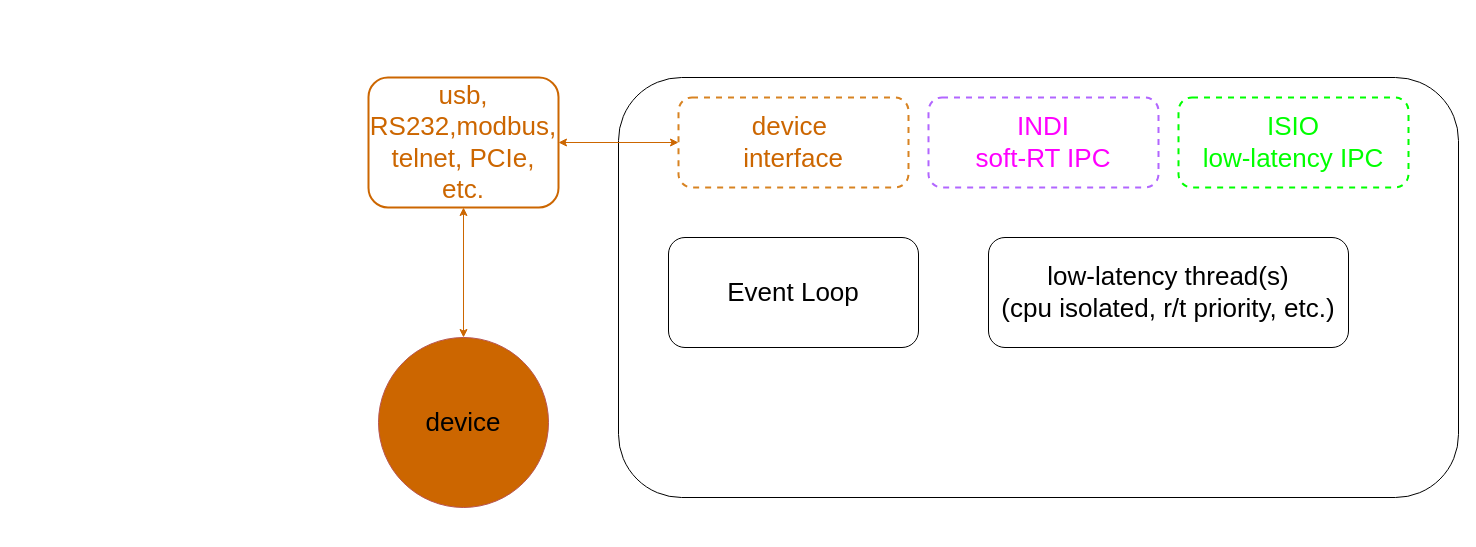
Above: Untitled Diagram.drawio in jaredmales/drawio (draw.io), before the change. Source tidied: cells renumbered, new cells numbered last; positions are measured from the earlier drawing's top-left corner, leaving out a move shared by most shapes. Both pictures are drawn from the tidied source at 100%, with x=0, y=0 at pixel (368, 77).
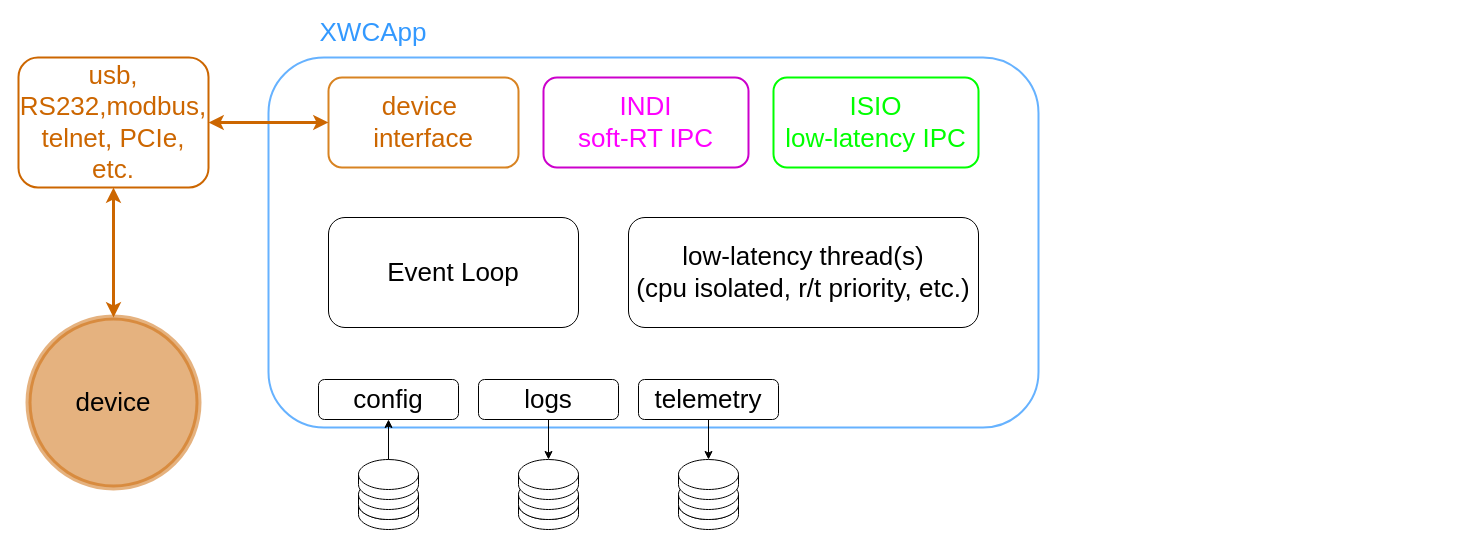
Above is the later version.

Commit message:
complete xwcapp

What changed in the source:
```diff
@@
+    <mxCell id="12" style="group;" parent="1" vertex="1">
+      <mxGeometry x="-350" y="-60" width="1020" height="512" as="geometry" />
+    </mxCell>
+    <mxCell id="13" style="shape=cylinder3;whiteSpace=wrap;html=1;boundedLbl=1;backgroundOutline=1;size=15;" parent="12" vertex="1">
+      <mxGeometry x="340" y="472" width="60" height="40" as="geometry" />
+    </mxCell>
-    <mxCell id="2" style="rounded=1;whiteSpace=wrap;html=1;" parent="1" vertex="1">
-      <mxGeometry x="250" width="840" height="420" as="geometry" />
+    <mxCell id="2" style="rounded=1;whiteSpace=wrap;html=1;strokeWidth=2;strokeColor=#66B2FF;" parent="12" vertex="1">
+      <mxGeometry x="250" y="40" width="770" height="370" as="geometry" />
     </mxCell>
-    <mxCell id="3" value="&lt;font color=&quot;#cc6600&quot; style=&quot;font-size: 26px;&quot;&gt;device&amp;nbsp;&lt;/font&gt;&lt;div style=&quot;font-size: 26px;&quot;&gt;&lt;font color=&quot;#cc6600&quot; style=&quot;font-size: 26px;&quot;&gt;interface&lt;/font&gt;&lt;/div&gt;" style="rounded=1;whiteSpace=wrap;html=1;strokeColor=#d88322;strokeWidth=2;dashed=1;" parent="1" vertex="1">
-      <mxGeometry x="310" y="20" width="230" height="90" as="geometry" />
+    <mxCell id="3" value="&lt;font color=&quot;#cc6600&quot; style=&quot;font-size: 26px;&quot;&gt;device&amp;nbsp;&lt;/font&gt;&lt;div style=&quot;font-size: 26px;&quot;&gt;&lt;font color=&quot;#cc6600&quot; style=&quot;font-size: 26px;&quot;&gt;interface&lt;/font&gt;&lt;/div&gt;" style="rounded=1;whiteSpace=wrap;html=1;strokeColor=#d88322;strokeWidth=2;" parent="12" vertex="1">
+      <mxGeometry x="310" y="60" width="190" height="90" as="geometry" />
     </mxCell>
-    <mxCell id="4" value="&lt;span style=&quot;font-size: 26px;&quot;&gt;&lt;font color=&quot;#ff00ff&quot;&gt;INDI&lt;/font&gt;&lt;/span&gt;&lt;div&gt;&lt;span style=&quot;font-size: 26px;&quot;&gt;&lt;font color=&quot;#ff00ff&quot;&gt;soft-RT IPC&lt;/font&gt;&lt;/span&gt;&lt;/div&gt;" style="rounded=1;whiteSpace=wrap;html=1;strokeColor=#B266FF;strokeWidth=2;dashed=1;" parent="1" vertex="1">
-      <mxGeometry x="560" y="20" width="230" height="90" as="geometry" />
+    <mxCell id="4" value="&lt;span style=&quot;font-size: 26px;&quot;&gt;&lt;font color=&quot;#ff00ff&quot;&gt;INDI&lt;/font&gt;&lt;/span&gt;&lt;div&gt;&lt;span style=&quot;font-size: 26px;&quot;&gt;&lt;font color=&quot;#ff00ff&quot;&gt;soft-RT IPC&lt;/font&gt;&lt;/span&gt;&lt;/div&gt;" style="rounded=1;whiteSpace=wrap;html=1;strokeColor=#CC00CC;strokeWidth=2;" parent="12" vertex="1">
+      <mxGeometry x="525" y="60" width="205" height="90" as="geometry" />
     </mxCell>
-    <mxCell id="5" value="&lt;span style=&quot;font-size: 26px;&quot;&gt;&lt;font color=&quot;#00ff00&quot;&gt;ISIO&lt;/font&gt;&lt;/span&gt;&lt;div&gt;&lt;span style=&quot;font-size: 26px;&quot;&gt;&lt;font color=&quot;#00ff00&quot;&gt;low-latency IPC&lt;/font&gt;&lt;/span&gt;&lt;/div&gt;" style="rounded=1;whiteSpace=wrap;html=1;strokeColor=#00FF00;strokeWidth=2;dashed=1;" parent="1" vertex="1">
-      <mxGeometry x="810" y="20" width="230" height="90" as="geometry" />
+    <mxCell id="5" value="&lt;span style=&quot;font-size: 26px;&quot;&gt;&lt;font color=&quot;#00ff00&quot;&gt;ISIO&lt;/font&gt;&lt;/span&gt;&lt;div&gt;&lt;span style=&quot;font-size: 26px;&quot;&gt;&lt;font color=&quot;#00ff00&quot;&gt;low-latency IPC&lt;/font&gt;&lt;/span&gt;&lt;/div&gt;" style="rounded=1;whiteSpace=wrap;html=1;strokeColor=#00FF00;strokeWidth=2;" parent="12" vertex="1">
+      <mxGeometry x="755" y="60" width="205" height="90" as="geometry" />
     </mxCell>
-    <mxCell id="6" value="&lt;font style=&quot;font-size: 26px;&quot;&gt;Event Loop&lt;/font&gt;" style="rounded=1;whiteSpace=wrap;html=1;" parent="1" vertex="1">
-      <mxGeometry x="300" y="160" width="250" height="110" as="geometry" />
+    <mxCell id="6" value="&lt;font style=&quot;font-size: 26px;&quot;&gt;Event Loop&lt;/font&gt;" style="rounded=1;whiteSpace=wrap;html=1;" parent="12" vertex="1">
+      <mxGeometry x="310" y="200" width="250" height="110" as="geometry" />
     </mxCell>
-    <mxCell id="7" value="&lt;font style=&quot;font-size: 26px;&quot;&gt;low-latency thread(s)&lt;/font&gt;&lt;div&gt;&lt;font style=&quot;font-size: 26px;&quot;&gt;(cpu isolated, r/t priority, etc.)&lt;/font&gt;&lt;/div&gt;" style="rounded=1;whiteSpace=wrap;html=1;" parent="1" vertex="1">
-      <mxGeometry x="620" y="160" width="360" height="110" as="geometry" />
+    <mxCell id="7" value="&lt;font style=&quot;font-size: 26px;&quot;&gt;low-latency thread(s)&lt;/font&gt;&lt;div&gt;&lt;font style=&quot;font-size: 26px;&quot;&gt;(cpu isolated, r/t priority, etc.)&lt;/font&gt;&lt;/div&gt;" style="rounded=1;whiteSpace=wrap;html=1;" parent="12" vertex="1">
+      <mxGeometry x="610" y="200" width="350" height="110" as="geometry" />
     </mxCell>
-    <mxCell id="8" value="&lt;font style=&quot;font-size: 26px;&quot;&gt;device&lt;/font&gt;" style="ellipse;whiteSpace=wrap;html=1;fillColor=#CC6600;strokeColor=#b85450;" parent="1" vertex="1">
-      <mxGeometry x="10" y="260" width="170" height="170" as="geometry" />
+    <mxCell id="8" value="&lt;font style=&quot;font-size: 26px;&quot;&gt;device&lt;/font&gt;" style="ellipse;whiteSpace=wrap;html=1;fillColor=#CC6600;strokeColor=#CC6600;fillStyle=solid;opacity=50;strokeWidth=6;" parent="12" vertex="1">
+      <mxGeometry x="10" y="300" width="170" height="170" as="geometry" />
     </mxCell>
-    <mxCell id="9" value="&lt;font style=&quot;font-size: 26px;&quot;&gt;usb, RS232,modbus, telnet, PCIe, etc.&lt;/font&gt;" style="rounded=1;whiteSpace=wrap;html=1;strokeColor=#CC6600;strokeWidth=2;fontColor=#CC6600;" parent="1" vertex="1">
-      <mxGeometry width="190" height="130" as="geometry" />
+    <mxCell id="9" value="&lt;font style=&quot;font-size: 26px;&quot;&gt;usb, RS232,modbus, telnet, PCIe, etc.&lt;/font&gt;" style="rounded=1;whiteSpace=wrap;html=1;strokeColor=#CC6600;strokeWidth=2;fontColor=#CC6600;" parent="12" vertex="1">
+      <mxGeometry y="40" width="190" height="130" as="geometry" />
     </mxCell>
-    <mxCell id="10" style="endArrow=classic;startArrow=classic;html=1;rounded=0;entryX=0;entryY=0.5;entryDx=0;entryDy=0;exitX=1;exitY=0.5;exitDx=0;exitDy=0;strokeColor=#CC6600;" parent="1" edge="1" source="9" target="3">
+    <mxCell id="10" style="endArrow=classic;startArrow=classic;html=1;rounded=0;entryX=0;entryY=0.5;entryDx=0;entryDy=0;exitX=1;exitY=0.5;exitDx=0;exitDy=0;strokeColor=#CC6600;strokeWidth=3;" parent="12" edge="1" source="9" target="3">
       <mxGeometry relative="1" as="geometry" />
     </mxCell>
-    <mxCell id="11" style="endArrow=classic;startArrow=classic;html=1;rounded=0;exitX=0.5;exitY=0;exitDx=0;exitDy=0;entryX=0.5;entryY=1;entryDx=0;entryDy=0;fontColor=#CC6600;strokeColor=#CC6600;" parent="1" edge="1" source="8" target="9">
+    <mxCell id="11" style="endArrow=classic;startArrow=classic;html=1;rounded=0;exitX=0.5;exitY=0;exitDx=0;exitDy=0;entryX=0.5;entryY=1;entryDx=0;entryDy=0;fontColor=#CC6600;strokeColor=#CC6600;strokeWidth=3;" parent="12" edge="1" source="8" target="9">
       <mxGeometry relative="1" as="geometry" />
     </mxCell>
+    <mxCell id="14" value="&lt;font style=&quot;font-size: 26px;&quot;&gt;config&lt;/font&gt;" style="rounded=1;whiteSpace=wrap;html=1;" parent="12" vertex="1">
+      <mxGeometry x="300" y="362" width="140" height="40" as="geometry" />
+    </mxCell>
+    <mxCell id="15" value="&lt;font style=&quot;font-size: 26px;&quot;&gt;logs&lt;/font&gt;" style="rounded=1;whiteSpace=wrap;html=1;" parent="12" vertex="1">
+      <mxGeometry x="460" y="362" width="140" height="40" as="geometry" />
+    </mxCell>
+    <mxCell id="16" value="&lt;span style=&quot;font-size: 26px;&quot;&gt;telemetry&lt;/span&gt;" style="rounded=1;whiteSpace=wrap;html=1;" parent="12" vertex="1">
+      <mxGeometry x="620" y="362" width="140" height="40" as="geometry" />
+    </mxCell>
+    <mxCell id="17" style="shape=cylinder3;whiteSpace=wrap;html=1;boundedLbl=1;backgroundOutline=1;size=15;" parent="12" vertex="1">
+      <mxGeometry x="340" y="462" width="60" height="40" as="geometry" />
+    </mxCell>
+    <mxCell id="18" style="shape=cylinder3;whiteSpace=wrap;html=1;boundedLbl=1;backgroundOutline=1;size=15;" parent="12" vertex="1">
+      <mxGeometry x="340" y="442" width="60" height="40" as="geometry" />
+    </mxCell>
+    <mxCell id="19" style="shape=cylinder3;whiteSpace=wrap;html=1;boundedLbl=1;backgroundOutline=1;size=15;" parent="12" vertex="1">
+      <mxGeometry x="500" y="472" width="60" height="40" as="geometry" />
+    </mxCell>
+    <mxCell id="20" style="shape=cylinder3;whiteSpace=wrap;html=1;boundedLbl=1;backgroundOutline=1;size=15;" parent="12" vertex="1">
+      <mxGeometry x="500" y="462" width="60" height="40" as="geometry" />
+    </mxCell>
+    <mxCell id="21" style="shape=cylinder3;whiteSpace=wrap;html=1;boundedLbl=1;backgroundOutline=1;size=15;" parent="12" vertex="1">
+      <mxGeometry x="500" y="442" width="60" height="40" as="geometry" />
+    </mxCell>
+    <mxCell id="22" style="shape=cylinder3;whiteSpace=wrap;html=1;boundedLbl=1;backgroundOutline=1;size=15;" parent="12" vertex="1">
+      <mxGeometry x="660" y="472" width="60" height="40" as="geometry" />
+    </mxCell>
+    <mxCell id="23" style="shape=cylinder3;whiteSpace=wrap;html=1;boundedLbl=1;backgroundOutline=1;size=15;" parent="12" vertex="1">
+      <mxGeometry x="660" y="462" width="60" height="40" as="geometry" />
+    </mxCell>
+    <mxCell id="24" style="shape=cylinder3;whiteSpace=wrap;html=1;boundedLbl=1;backgroundOutline=1;size=15;" parent="12" vertex="1">
+      <mxGeometry x="660" y="442" width="60" height="40" as="geometry" />
+    </mxCell>
+    <mxCell id="25" style="endArrow=classic;html=1;rounded=0;exitX=0.5;exitY=0;exitDx=0;exitDy=0;exitPerimeter=0;entryX=0.5;entryY=1;entryDx=0;entryDy=0;" parent="12" edge="1" source="18" target="14">
+      <mxGeometry relative="1" as="geometry" />
+    </mxCell>
+    <mxCell id="26" style="endArrow=classic;html=1;rounded=0;exitX=0.5;exitY=1;exitDx=0;exitDy=0;entryX=0.5;entryY=0;entryDx=0;entryDy=0;entryPerimeter=0;" parent="12" edge="1" source="15" target="21">
+      <mxGeometry relative="1" as="geometry" />
+    </mxCell>
+    <mxCell id="27" style="endArrow=classic;html=1;rounded=0;exitX=0.5;exitY=1;exitDx=0;exitDy=0;entryX=0.5;entryY=0;entryDx=0;entryDy=0;entryPerimeter=0;" parent="12" edge="1" source="16" target="24">
+      <mxGeometry relative="1" as="geometry" />
+    </mxCell>
+    <mxCell id="28" value="XWCApp" style="text;html=1;align=center;verticalAlign=middle;whiteSpace=wrap;rounded=0;fontSize=26;fontColor=#3399FF;" parent="12" vertex="1">
+      <mxGeometry x="300" width="110" height="30" as="geometry" />
+    </mxCell>
```
